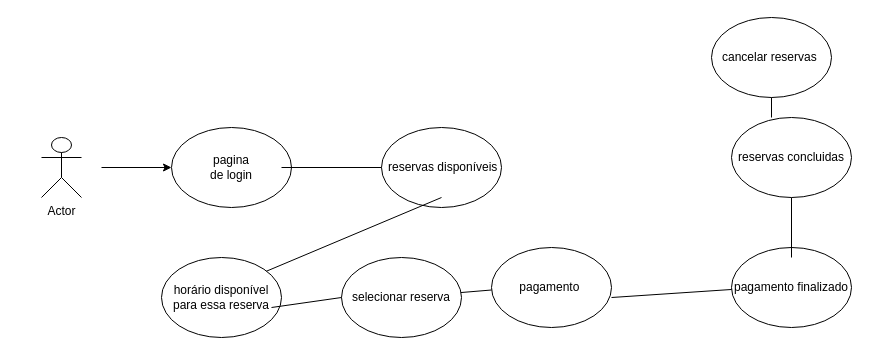
Before: page "Página-1" (1 of 3) of Diagrama sem nome.drawio in maysa158/diagramasderequisitos05, a draw.io diagram. Source tidied: cells renumbered, new cells numbered last; positions are measured from the earlier drawing's top-left corner, leaving out a move shared by most shapes. Both pictures are drawn from the tidied source at 100%, with x=0, y=0 at pixel (41, 17).
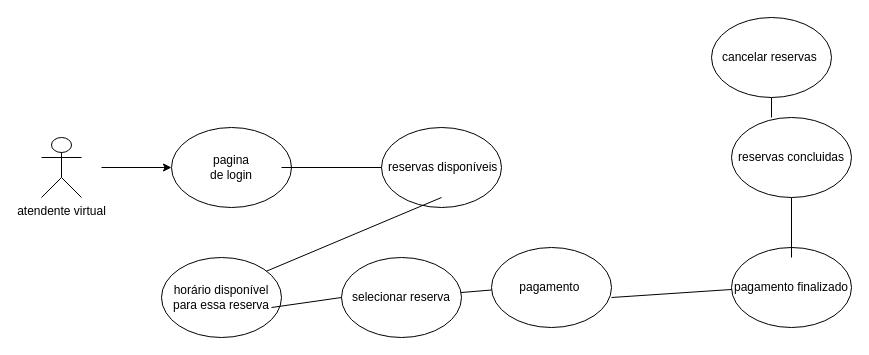
The same page after the edit.

Change to the diagram source:
```diff
@@
-    <mxCell id="2" value="Actor" style="shape=umlActor;verticalLabelPosition=bottom;verticalAlign=top;html=1;" parent="1" vertex="1">
+    <mxCell id="2" value="atendente virtual" style="shape=umlActor;verticalLabelPosition=bottom;verticalAlign=top;html=1;" parent="1" vertex="1">
       <mxGeometry y="120" width="40" height="60" as="geometry" />
     </mxCell>
```
